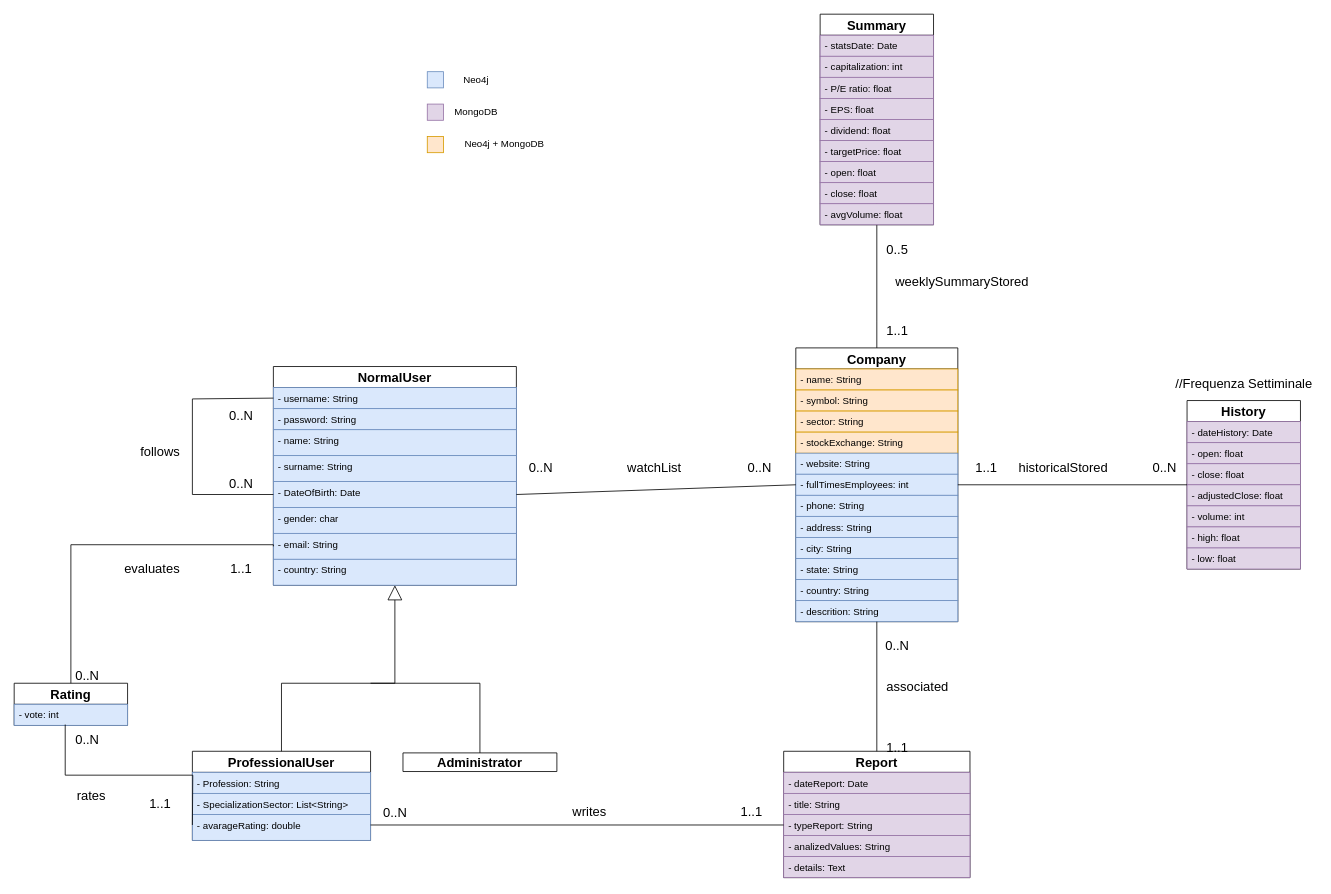
The draw.io diagram page "Page-2" (2 of 2) of Diagrammi/ClassesDiagram.drawio in Matteo-Castrignano/CompaniesDiscoveryApplications, before the edit. Source tidied: cells renumbered, new cells numbered last; positions are measured from the earlier drawing's top-left corner, leaving out a move shared by most shapes. Both pictures are drawn from the tidied source at 81%, with x=0, y=0 at pixel (14, 14).
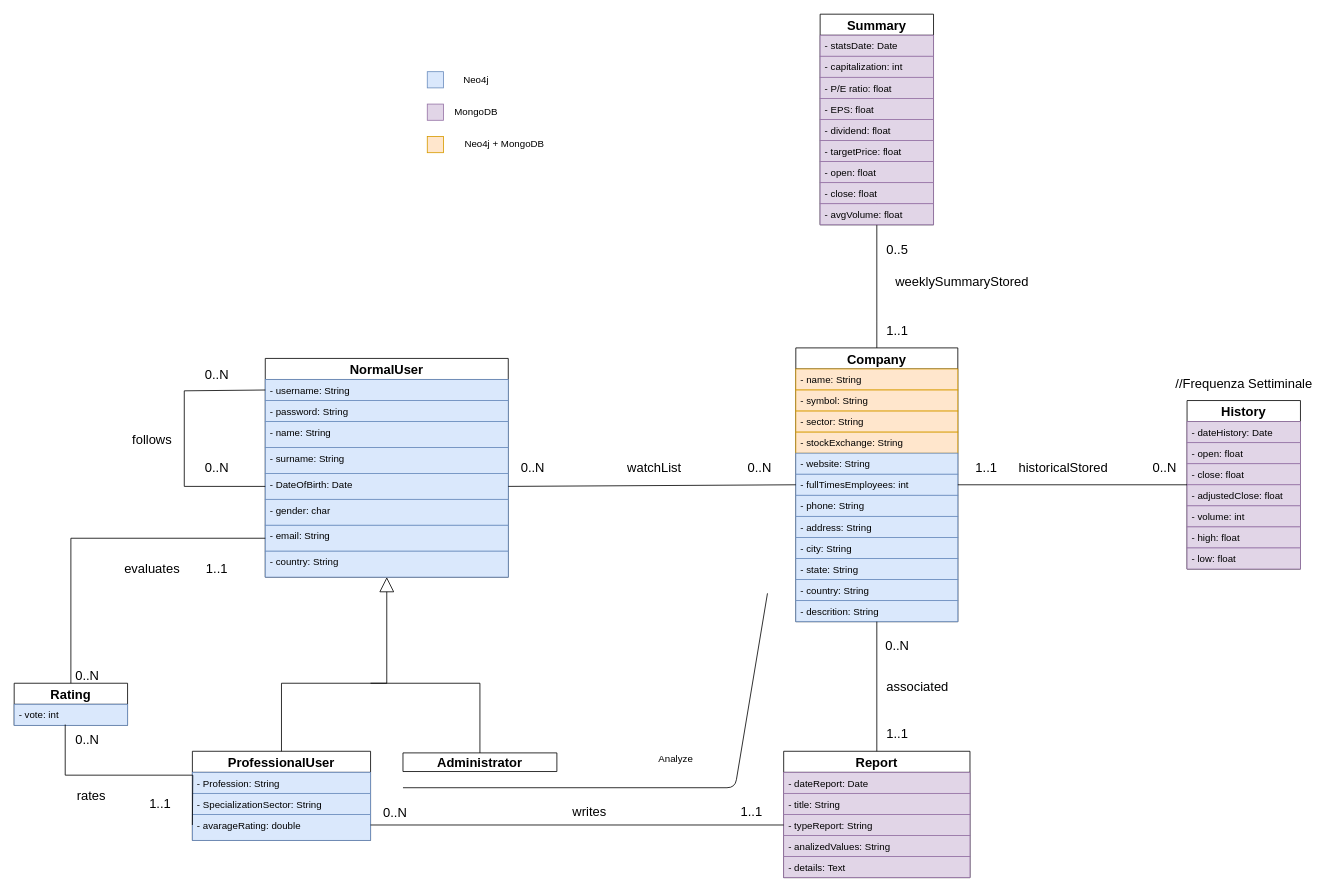
After the change.

The change refers to these unchanged cells:
```xml
<mxCell id="9" value="- email: String&#10;" style="text;strokeColor=#6c8ebf;fillColor=#dae8fc;align=left;verticalAlign=top;spacingLeft=4;spacingRight=4;overflow=hidden;points=[[0,0.5],[1,0.5]];portConstraint=eastwest;" parent="2" vertex="1">
  <mxGeometry y="206" width="300" height="32" as="geometry" />
</mxCell>
<mxCell id="12" value="ProfessionalUser" style="swimlane;fontStyle=1;horizontal=1;startSize=26;fillColor=none;fontSize=16;" parent="1" vertex="1">
  <mxGeometry x="220" y="910" width="220" height="110" as="geometry" />
</mxCell>
<mxCell id="64" value="Rating" style="swimlane;fontStyle=1;horizontal=1;startSize=26;fillColor=none;fontSize=16;" parent="1" vertex="1">
  <mxGeometry y="826" width="140" height="52" as="geometry" />
</mxCell>
```

Change to the diagram source:
```diff
@@
     <mxCell id="2" value="NormalUser" style="swimlane;fontStyle=1;horizontal=1;startSize=26;fontSize=16;" parent="1" vertex="1">
-      <mxGeometry x="320" y="435" width="300" height="270" as="geometry" />
+      <mxGeometry x="310" y="425" width="300" height="270" as="geometry" />
     </mxCell>
@@
-    <mxCell id="14" value="- SpecializationSector: List&lt;String&gt;" style="text;strokeColor=#6c8ebf;fillColor=#dae8fc;align=left;verticalAlign=top;spacingLeft=4;spacingRight=4;overflow=hidden;" parent="12" vertex="1">
+    <mxCell id="14" value="- SpecializationSector: String" style="text;strokeColor=#6c8ebf;fillColor=#dae8fc;align=left;verticalAlign=top;spacingLeft=4;spacingRight=4;overflow=hidden;" parent="12" vertex="1">
       <mxGeometry y="52" width="220" height="26" as="geometry" />
     </mxCell>
@@
     <mxCell id="16" style="endArrow=block;endSize=16;endFill=0;html=1;fontSize=16;edgeStyle=orthogonalEdgeStyle;rounded=0;exitX=0.5;exitY=0;exitDx=0;exitDy=0;entryX=0.5;entryY=1;entryDx=0;entryDy=0;" parent="1" edge="1" source="12" target="2">
       <mxGeometry relative="1" as="geometry">
         <Array as="points">
           <mxPoint x="330" y="826" />
-          <mxPoint x="470" y="826" />
+          <mxPoint x="460" y="826" />
         </Array>
       </mxGeometry>
     </mxCell>
@@
     <mxCell id="19" value="follows" style="text;html=1;align=center;verticalAlign=middle;fontSize=16;" parent="1" vertex="1">
-      <mxGeometry x="150" y="530" width="60" height="20" as="geometry" />
+      <mxGeometry x="140" y="515" width="60" height="20" as="geometry" />
     </mxCell>
     <mxCell id="20" value="0..N" style="text;html=1;align=center;verticalAlign=middle;fontSize=16;" parent="1" vertex="1">
-      <mxGeometry x="260" y="570" width="40" height="20" as="geometry" />
+      <mxGeometry x="230" y="550" width="40" height="20" as="geometry" />
     </mxCell>
     <mxCell id="21" value="0..N" style="text;html=1;align=center;verticalAlign=middle;fontSize=16;" parent="1" vertex="1">
-      <mxGeometry x="260" y="486" width="40" height="20" as="geometry" />
+      <mxGeometry x="230" y="435" width="40" height="20" as="geometry" />
     </mxCell>
@@
     <mxCell id="61" value="0..N" style="text;html=1;align=center;verticalAlign=middle;fontSize=16;" parent="1" vertex="1">
-      <mxGeometry x="630" y="550" width="40" height="20" as="geometry" />
+      <mxGeometry x="620" y="550" width="40" height="20" as="geometry" />
     </mxCell>
@@
     <mxCell id="66" style="edgeStyle=orthogonalEdgeStyle;rounded=0;jettySize=auto;html=1;entryX=0.5;entryY=0;entryDx=0;entryDy=0;endArrow=none;endFill=0;strokeColor=#000000;fontSize=16;exitX=0;exitY=0.5;exitDx=0;exitDy=0;" parent="1" edge="1" source="9" target="64">
       <mxGeometry relative="1" as="geometry">
         <Array as="points">
-          <mxPoint x="320" y="655" />
-          <mxPoint x="70" y="655" />
+          <mxPoint x="70" y="647" />
         </Array>
       </mxGeometry>
     </mxCell>
@@
     <mxCell id="71" value="1..1" style="text;html=1;align=center;verticalAlign=middle;fontSize=16;" parent="1" vertex="1">
-      <mxGeometry x="260" y="675" width="40" height="20" as="geometry" />
+      <mxGeometry x="230" y="675" width="40" height="20" as="geometry" />
     </mxCell>
@@
     <mxCell id="85" value="1..1" style="text;html=1;align=center;verticalAlign=middle;fontSize=16;" parent="1" vertex="1">
-      <mxGeometry x="1070" y="896" width="40" height="20" as="geometry" />
+      <mxGeometry x="1070" y="878" width="40" height="20" as="geometry" />
     </mxCell>
@@
+    <mxCell id="96" style="endArrow=none;html=1;" parent="1" edge="1">
+      <mxGeometry relative="1" as="geometry">
+        <mxPoint x="480" y="955" as="sourcePoint" />
+        <mxPoint x="930" y="715" as="targetPoint" />
+        <Array as="points">
+          <mxPoint x="890" y="955" />
+        </Array>
+      </mxGeometry>
+    </mxCell>
+    <mxCell id="97" value="Analyze" style="text;html=1;strokeColor=none;fillColor=none;align=center;verticalAlign=middle;whiteSpace=wrap;rounded=0;" parent="1" vertex="1">
+      <mxGeometry x="797" y="910" width="40" height="20" as="geometry" />
+    </mxCell>
```
